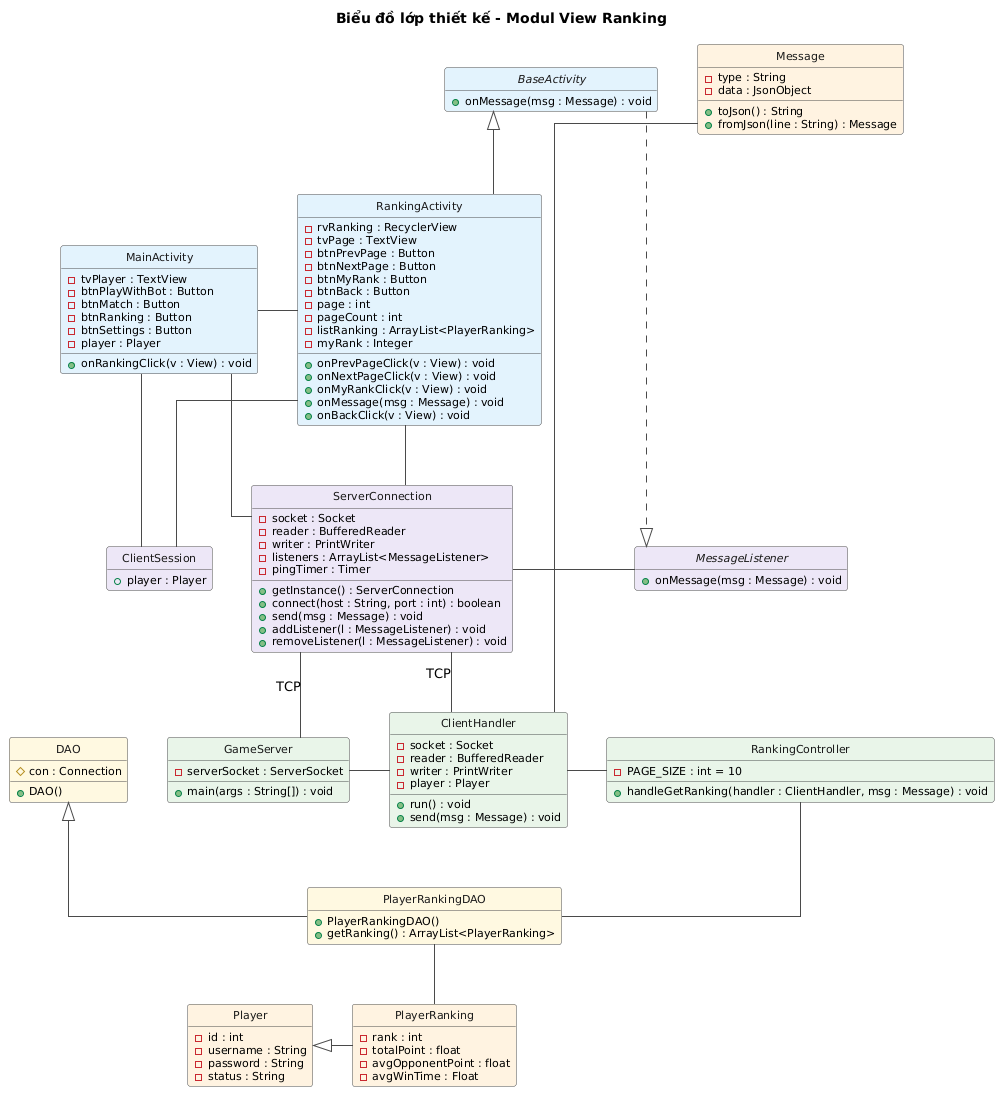
VattenL/mobile-pikachu keeps this PlantUML diagram as docs/uml/pha3/class-design-m2.png. Above is the earlier version.
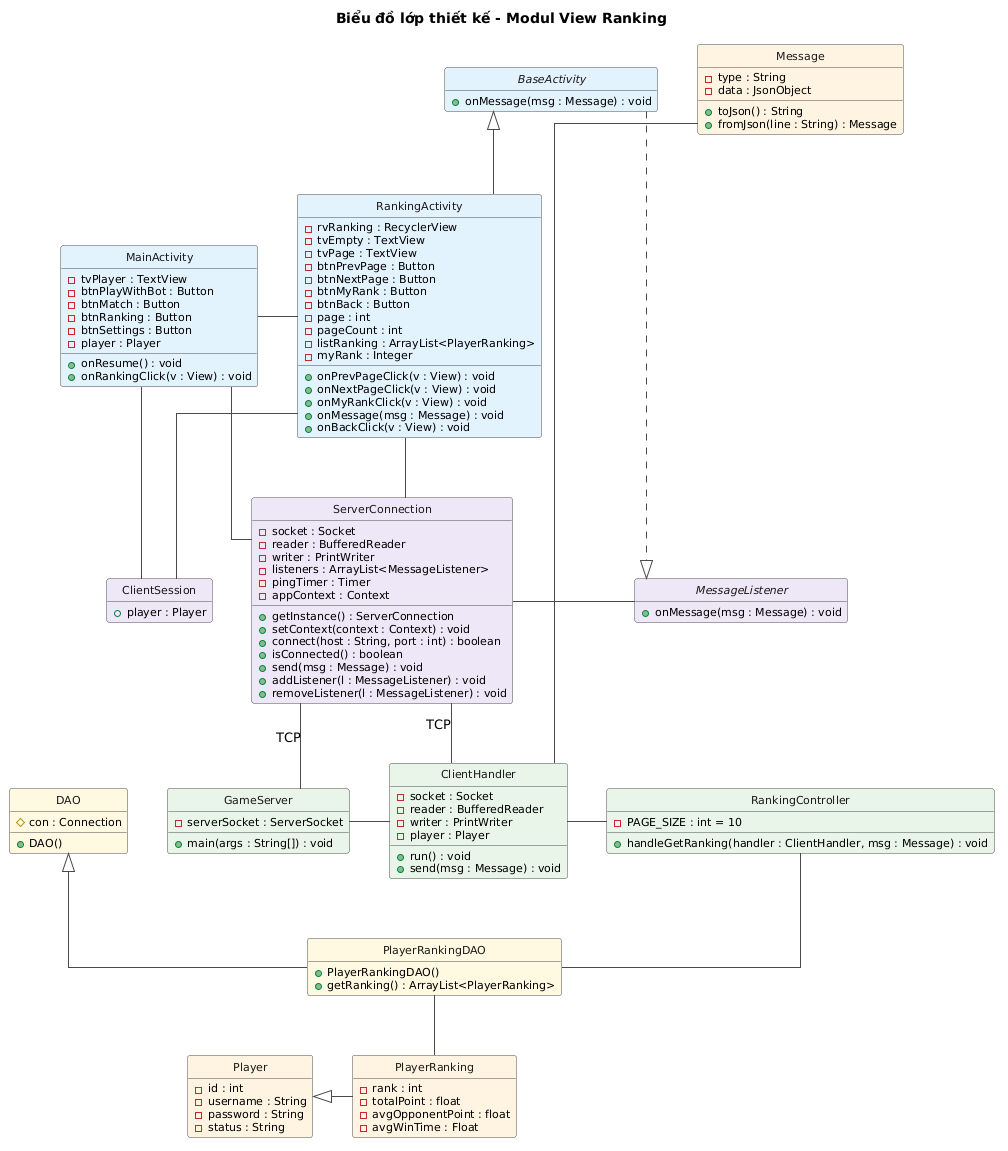
After the commit.

Commit message:
docs: record where the code differs from the design

What changed in the source:
```diff
@@ -22,6 +22,7 @@
   - btnRanking : Button
   - btnSettings : Button
   - player : Player
+  + onResume() : void
   + onRankingClick(v : View) : void
 }
 
@@ -31,6 +32,7 @@
 
 class RankingActivity #E3F2FD {
   - rvRanking : RecyclerView
+  - tvEmpty : TextView
   - tvPage : TextView
   - btnPrevPage : Button
   - btnNextPage : Button
@@ -53,8 +55,11 @@
   - writer : PrintWriter
   - listeners : ArrayList<MessageListener>
   - pingTimer : Timer
+  - appContext : Context
   + getInstance() : ServerConnection
+  + setContext(context : Context) : void
   + connect(host : String, port : int) : boolean
+  + isConnected() : boolean
   + send(msg : Message) : void
   + addListener(l : MessageListener) : void
   + removeListener(l : MessageListener) : void
```
